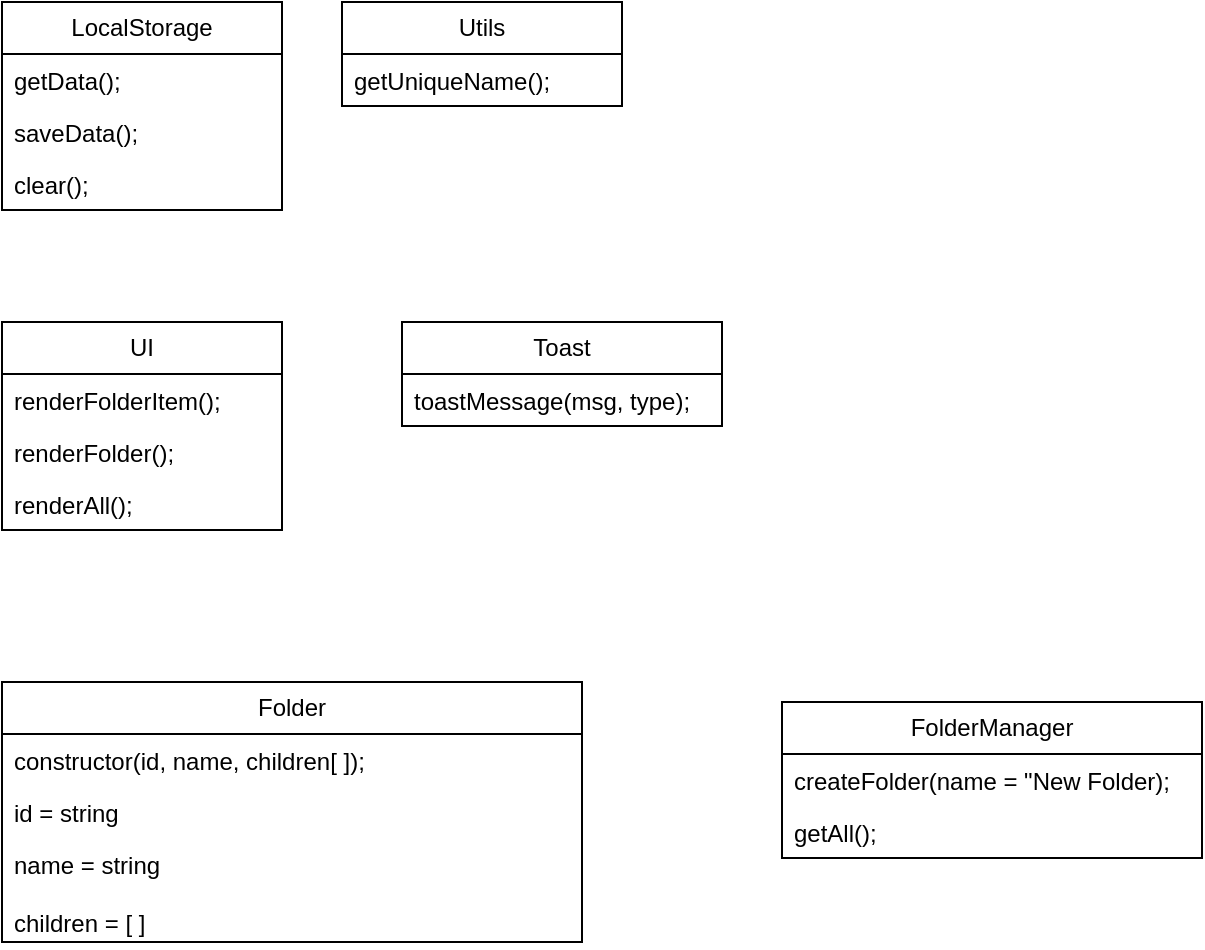
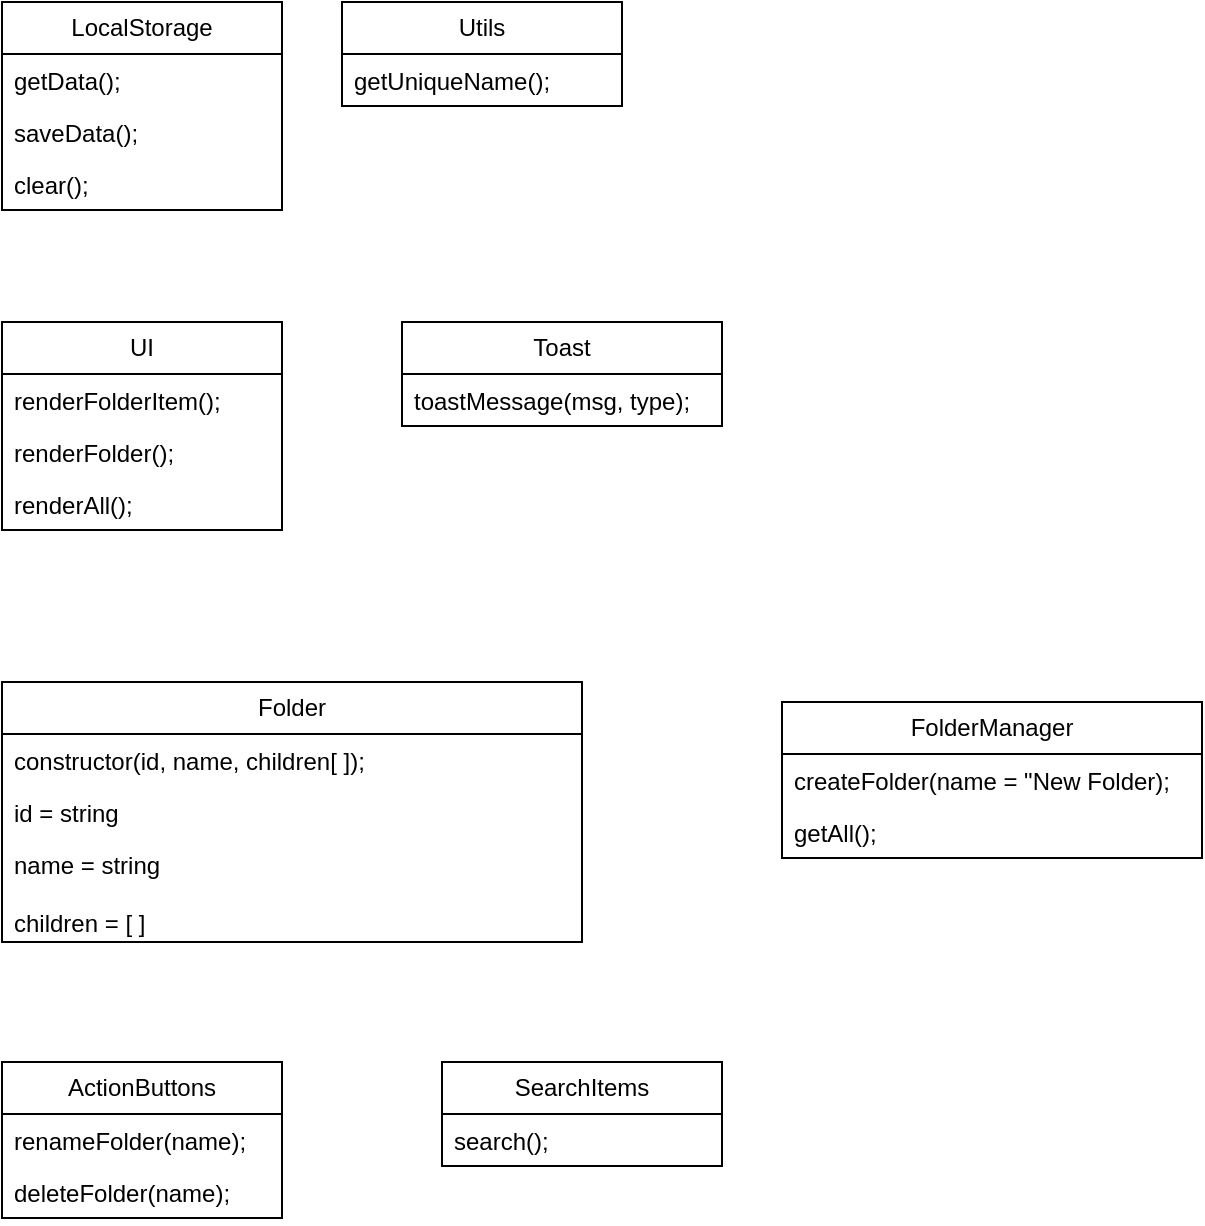
<mxfile host="app.diagrams.net">
  <diagram name="Page-1" id="_N9c3fpXbzh_eq6KeeXl">
    <mxGraphModel dx="1414" dy="777" grid="1" gridSize="10" guides="1" tooltips="1" connect="1" arrows="1" fold="1" page="1" pageScale="1" pageWidth="827" pageHeight="1169" math="0" shadow="0">
      <root>
        <mxCell id="0" />
        <mxCell id="1" parent="0" />
        <mxCell id="D5vPDQUIq-zPKPFsgKV7-1" parent="1" style="swimlane;fontStyle=0;childLayout=stackLayout;horizontal=1;startSize=26;fillColor=none;horizontalStack=0;resizeParent=1;resizeParentMax=0;resizeLast=0;collapsible=1;marginBottom=0;whiteSpace=wrap;html=1;" value="LocalStorage" vertex="1">
          <mxGeometry height="104" width="140" x="130" y="160" as="geometry" />
        </mxCell>
        <mxCell id="D5vPDQUIq-zPKPFsgKV7-2" parent="D5vPDQUIq-zPKPFsgKV7-1" style="text;strokeColor=none;fillColor=none;align=left;verticalAlign=top;spacingLeft=4;spacingRight=4;overflow=hidden;rotatable=0;points=[[0,0.5],[1,0.5]];portConstraint=eastwest;whiteSpace=wrap;html=1;" value="getData();" vertex="1">
          <mxGeometry height="26" width="140" y="26" as="geometry" />
        </mxCell>
        <mxCell id="D5vPDQUIq-zPKPFsgKV7-3" parent="D5vPDQUIq-zPKPFsgKV7-1" style="text;strokeColor=none;fillColor=none;align=left;verticalAlign=top;spacingLeft=4;spacingRight=4;overflow=hidden;rotatable=0;points=[[0,0.5],[1,0.5]];portConstraint=eastwest;whiteSpace=wrap;html=1;" value="saveData();" vertex="1">
          <mxGeometry height="26" width="140" y="52" as="geometry" />
        </mxCell>
        <mxCell id="D5vPDQUIq-zPKPFsgKV7-4" parent="D5vPDQUIq-zPKPFsgKV7-1" style="text;strokeColor=none;fillColor=none;align=left;verticalAlign=top;spacingLeft=4;spacingRight=4;overflow=hidden;rotatable=0;points=[[0,0.5],[1,0.5]];portConstraint=eastwest;whiteSpace=wrap;html=1;" value="clear();" vertex="1">
          <mxGeometry height="26" width="140" y="78" as="geometry" />
        </mxCell>
        <mxCell id="D5vPDQUIq-zPKPFsgKV7-9" parent="1" style="swimlane;fontStyle=0;childLayout=stackLayout;horizontal=1;startSize=26;fillColor=none;horizontalStack=0;resizeParent=1;resizeParentMax=0;resizeLast=0;collapsible=1;marginBottom=0;whiteSpace=wrap;html=1;" value="Utils" vertex="1">
          <mxGeometry height="52" width="140" x="300" y="160" as="geometry" />
        </mxCell>
        <mxCell id="D5vPDQUIq-zPKPFsgKV7-10" parent="D5vPDQUIq-zPKPFsgKV7-9" style="text;strokeColor=none;fillColor=none;align=left;verticalAlign=top;spacingLeft=4;spacingRight=4;overflow=hidden;rotatable=0;points=[[0,0.5],[1,0.5]];portConstraint=eastwest;whiteSpace=wrap;html=1;" value="getUniqueName();" vertex="1">
          <mxGeometry height="26" width="140" y="26" as="geometry" />
        </mxCell>
        <mxCell id="D5vPDQUIq-zPKPFsgKV7-13" parent="1" style="swimlane;fontStyle=0;childLayout=stackLayout;horizontal=1;startSize=26;fillColor=none;horizontalStack=0;resizeParent=1;resizeParentMax=0;resizeLast=0;collapsible=1;marginBottom=0;whiteSpace=wrap;html=1;" value="UI" vertex="1">
          <mxGeometry height="104" width="140" x="130" y="320" as="geometry" />
        </mxCell>
        <mxCell id="D5vPDQUIq-zPKPFsgKV7-14" parent="D5vPDQUIq-zPKPFsgKV7-13" style="text;strokeColor=none;fillColor=none;align=left;verticalAlign=top;spacingLeft=4;spacingRight=4;overflow=hidden;rotatable=0;points=[[0,0.5],[1,0.5]];portConstraint=eastwest;whiteSpace=wrap;html=1;" value="renderFolderItem();" vertex="1">
          <mxGeometry height="26" width="140" y="26" as="geometry" />
        </mxCell>
        <mxCell id="D5vPDQUIq-zPKPFsgKV7-15" parent="D5vPDQUIq-zPKPFsgKV7-13" style="text;strokeColor=none;fillColor=none;align=left;verticalAlign=top;spacingLeft=4;spacingRight=4;overflow=hidden;rotatable=0;points=[[0,0.5],[1,0.5]];portConstraint=eastwest;whiteSpace=wrap;html=1;" value="renderFolder();" vertex="1">
          <mxGeometry height="26" width="140" y="52" as="geometry" />
        </mxCell>
        <mxCell id="D5vPDQUIq-zPKPFsgKV7-16" parent="D5vPDQUIq-zPKPFsgKV7-13" style="text;strokeColor=none;fillColor=none;align=left;verticalAlign=top;spacingLeft=4;spacingRight=4;overflow=hidden;rotatable=0;points=[[0,0.5],[1,0.5]];portConstraint=eastwest;whiteSpace=wrap;html=1;" value="renderAll();" vertex="1">
          <mxGeometry height="26" width="140" y="78" as="geometry" />
        </mxCell>
        <mxCell id="D5vPDQUIq-zPKPFsgKV7-17" parent="1" style="swimlane;fontStyle=0;childLayout=stackLayout;horizontal=1;startSize=26;fillColor=none;horizontalStack=0;resizeParent=1;resizeParentMax=0;resizeLast=0;collapsible=1;marginBottom=0;whiteSpace=wrap;html=1;" value="Toast" vertex="1">
          <mxGeometry height="52" width="160" x="330" y="320" as="geometry" />
        </mxCell>
        <mxCell id="D5vPDQUIq-zPKPFsgKV7-18" parent="D5vPDQUIq-zPKPFsgKV7-17" style="text;strokeColor=none;fillColor=none;align=left;verticalAlign=top;spacingLeft=4;spacingRight=4;overflow=hidden;rotatable=0;points=[[0,0.5],[1,0.5]];portConstraint=eastwest;whiteSpace=wrap;html=1;" value="toastMessage(msg, type);" vertex="1">
          <mxGeometry height="26" width="160" y="26" as="geometry" />
        </mxCell>
        <mxCell id="D5vPDQUIq-zPKPFsgKV7-25" parent="1" style="swimlane;fontStyle=0;childLayout=stackLayout;horizontal=1;startSize=26;fillColor=none;horizontalStack=0;resizeParent=1;resizeParentMax=0;resizeLast=0;collapsible=1;marginBottom=0;whiteSpace=wrap;html=1;" value="Folder" vertex="1">
          <mxGeometry height="130" width="290" x="130" y="500" as="geometry" />
        </mxCell>
        <mxCell id="D5vPDQUIq-zPKPFsgKV7-26" parent="D5vPDQUIq-zPKPFsgKV7-25" style="text;strokeColor=none;fillColor=none;align=left;verticalAlign=top;spacingLeft=4;spacingRight=4;overflow=hidden;rotatable=0;points=[[0,0.5],[1,0.5]];portConstraint=eastwest;whiteSpace=wrap;html=1;" value="constructor(id, name, children[ ]);" vertex="1">
          <mxGeometry height="26" width="290" y="26" as="geometry" />
        </mxCell>
        <mxCell id="D5vPDQUIq-zPKPFsgKV7-27" parent="D5vPDQUIq-zPKPFsgKV7-25" style="text;strokeColor=none;fillColor=none;align=left;verticalAlign=top;spacingLeft=4;spacingRight=4;overflow=hidden;rotatable=0;points=[[0,0.5],[1,0.5]];portConstraint=eastwest;whiteSpace=wrap;html=1;" value="&lt;div&gt;&lt;span style=&quot;background-color: transparent; color: light-dark(rgb(0, 0, 0), rgb(255, 255, 255));&quot;&gt;id = string&lt;/span&gt;&lt;/div&gt;" vertex="1">
          <mxGeometry height="26" width="290" y="52" as="geometry" />
        </mxCell>
        <mxCell id="D5vPDQUIq-zPKPFsgKV7-28" parent="D5vPDQUIq-zPKPFsgKV7-25" style="text;strokeColor=none;fillColor=none;align=left;verticalAlign=top;spacingLeft=4;spacingRight=4;overflow=hidden;rotatable=0;points=[[0,0.5],[1,0.5]];portConstraint=eastwest;whiteSpace=wrap;html=1;" value="name = string&lt;div&gt;&lt;br&gt;&lt;/div&gt;&lt;div&gt;children = [ ]&lt;/div&gt;" vertex="1">
          <mxGeometry height="52" width="290" y="78" as="geometry" />
        </mxCell>
        <mxCell id="D5vPDQUIq-zPKPFsgKV7-30" parent="1" style="swimlane;fontStyle=0;childLayout=stackLayout;horizontal=1;startSize=26;fillColor=none;horizontalStack=0;resizeParent=1;resizeParentMax=0;resizeLast=0;collapsible=1;marginBottom=0;whiteSpace=wrap;html=1;" value="FolderManager" vertex="1">
          <mxGeometry height="78" width="210" x="520" y="510" as="geometry" />
        </mxCell>
        <mxCell id="D5vPDQUIq-zPKPFsgKV7-31" parent="D5vPDQUIq-zPKPFsgKV7-30" style="text;strokeColor=none;fillColor=none;align=left;verticalAlign=top;spacingLeft=4;spacingRight=4;overflow=hidden;rotatable=0;points=[[0,0.5],[1,0.5]];portConstraint=eastwest;whiteSpace=wrap;html=1;" value="createFolder(name = &quot;New Folder);" vertex="1">
          <mxGeometry height="26" width="210" y="26" as="geometry" />
        </mxCell>
        <mxCell id="D5vPDQUIq-zPKPFsgKV7-33" parent="D5vPDQUIq-zPKPFsgKV7-30" style="text;strokeColor=none;fillColor=none;align=left;verticalAlign=top;spacingLeft=4;spacingRight=4;overflow=hidden;rotatable=0;points=[[0,0.5],[1,0.5]];portConstraint=eastwest;whiteSpace=wrap;html=1;" value="getAll();" vertex="1">
          <mxGeometry height="26" width="210" y="52" as="geometry" />
        </mxCell>
+         <mxCell id="_CRC_ZfVX8N0Sk4O3f6c-1" parent="1" style="swimlane;fontStyle=0;childLayout=stackLayout;horizontal=1;startSize=26;fillColor=none;horizontalStack=0;resizeParent=1;resizeParentMax=0;resizeLast=0;collapsible=1;marginBottom=0;whiteSpace=wrap;html=1;" value="ActionButtons" vertex="1">
+           <mxGeometry height="78" width="140" x="130" y="690" as="geometry" />
+         </mxCell>
+         <mxCell id="_CRC_ZfVX8N0Sk4O3f6c-2" parent="_CRC_ZfVX8N0Sk4O3f6c-1" style="text;strokeColor=none;fillColor=none;align=left;verticalAlign=top;spacingLeft=4;spacingRight=4;overflow=hidden;rotatable=0;points=[[0,0.5],[1,0.5]];portConstraint=eastwest;whiteSpace=wrap;html=1;" value="renameFolder(name);" vertex="1">
+           <mxGeometry height="26" width="140" y="26" as="geometry" />
+         </mxCell>
+         <mxCell id="_CRC_ZfVX8N0Sk4O3f6c-3" parent="_CRC_ZfVX8N0Sk4O3f6c-1" style="text;strokeColor=none;fillColor=none;align=left;verticalAlign=top;spacingLeft=4;spacingRight=4;overflow=hidden;rotatable=0;points=[[0,0.5],[1,0.5]];portConstraint=eastwest;whiteSpace=wrap;html=1;" value="deleteFolder(name);" vertex="1">
+           <mxGeometry height="26" width="140" y="52" as="geometry" />
+         </mxCell>
+         <mxCell id="_CRC_ZfVX8N0Sk4O3f6c-5" parent="1" style="swimlane;fontStyle=0;childLayout=stackLayout;horizontal=1;startSize=26;fillColor=none;horizontalStack=0;resizeParent=1;resizeParentMax=0;resizeLast=0;collapsible=1;marginBottom=0;whiteSpace=wrap;html=1;" value="SearchItems" vertex="1">
+           <mxGeometry height="52" width="140" x="350" y="690" as="geometry" />
+         </mxCell>
+         <mxCell id="_CRC_ZfVX8N0Sk4O3f6c-6" parent="_CRC_ZfVX8N0Sk4O3f6c-5" style="text;strokeColor=none;fillColor=none;align=left;verticalAlign=top;spacingLeft=4;spacingRight=4;overflow=hidden;rotatable=0;points=[[0,0.5],[1,0.5]];portConstraint=eastwest;whiteSpace=wrap;html=1;" value="search();" vertex="1">
+           <mxGeometry height="26" width="140" y="26" as="geometry" />
+         </mxCell>
      </root>
    </mxGraphModel>
  </diagram>
</mxfile>
